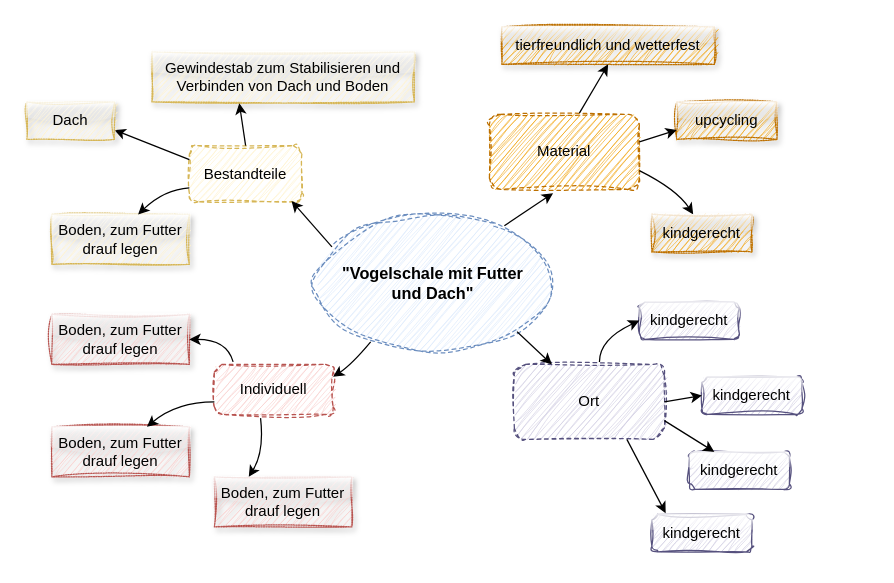
Above: Unbenanntes Diagramm.drawio in kinteron/kinteron (draw.io), before the change. Source tidied: cells renumbered, new cells numbered last; positions are measured from the earlier drawing's top-left corner, leaving out a move shared by most shapes. Both pictures are drawn from the tidied source at 125%, with x=0, y=0 at pixel (26, 26).
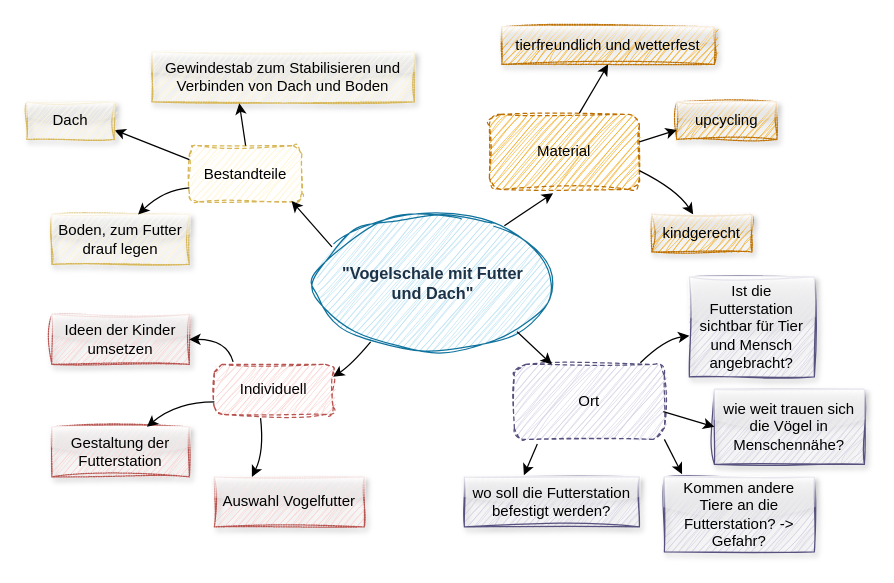
The same diagram, later.

Commit message:
mindmap vogelschale updated

Unchanged cells that the change refers to:
```xml
<mxCell id="13" value="Ort" style="rounded=1;whiteSpace=wrap;html=1;fillColor=#d0cee2;strokeColor=#56517e;dashed=1;strokeWidth=1;sketch=1;curveFitting=1;jiggle=2;shadow=0;" parent="1" vertex="1">
  <mxGeometry x="390" y="270" width="120" height="60" as="geometry" />
</mxCell>
```

Change to the diagram source:
```diff
@@
-    <mxCell id="2" value="&lt;b&gt;&lt;font style=&quot;font-size: 13px;&quot;&gt;&quot;Vogelschale mit Futter&lt;br&gt;und Dach&quot;&lt;/font&gt;&lt;/b&gt;" style="ellipse;whiteSpace=wrap;html=1;fillColor=#dae8fc;strokeColor=#6c8ebf;dashed=1;strokeWidth=1;sketch=1;curveFitting=1;jiggle=2;shadow=0;" parent="1" vertex="1">
+    <mxCell id="2" value="&lt;b&gt;&lt;font color=&quot;#1d3247&quot; style=&quot;font-size: 13px;&quot;&gt;&quot;Vogelschale mit Futter&lt;br&gt;und Dach&quot;&lt;/font&gt;&lt;/b&gt;" style="ellipse;whiteSpace=wrap;html=1;fillColor=#b1ddf0;strokeColor=#10739e;strokeWidth=1;shadow=0;sketch=1;curveFitting=1;jiggle=2;" parent="1" vertex="1">
       <mxGeometry x="230" y="150" width="190" height="110" as="geometry" />
     </mxCell>
@@
-    <mxCell id="23" value="Boden, zum Futter drauf legen" style="rounded=0;whiteSpace=wrap;html=1;fillColor=#F8CECC;strokeColor=#B85450;glass=1;sketch=1;curveFitting=1;jiggle=2;shadow=1;dashed=1;dashPattern=1 1;" parent="1" vertex="1">
+    <mxCell id="23" value="Gestaltung der Futterstation" style="rounded=0;whiteSpace=wrap;html=1;fillColor=#F8CECC;strokeColor=#B85450;glass=1;sketch=1;curveFitting=1;jiggle=2;shadow=1;dashed=1;dashPattern=1 1;" parent="1" vertex="1">
       <mxGeometry x="20" y="320" width="110" height="40" as="geometry" />
     </mxCell>
-    <mxCell id="24" value="Boden, zum Futter drauf legen" style="rounded=0;whiteSpace=wrap;html=1;fillColor=#F8CECC;strokeColor=#B85450;glass=1;sketch=1;curveFitting=1;jiggle=2;shadow=1;dashed=1;dashPattern=1 1;" parent="1" vertex="1">
+    <mxCell id="24" value="Ideen der Kinder umsetzen" style="rounded=0;whiteSpace=wrap;html=1;fillColor=#F8CECC;strokeColor=#B85450;glass=1;sketch=1;curveFitting=1;jiggle=2;shadow=1;dashed=1;dashPattern=1 1;" parent="1" vertex="1">
       <mxGeometry x="20" y="230" width="110" height="40" as="geometry" />
     </mxCell>
-    <mxCell id="25" value="Boden, zum Futter drauf legen" style="rounded=0;whiteSpace=wrap;html=1;fillColor=#F8CECC;strokeColor=#B85450;glass=1;sketch=1;curveFitting=1;jiggle=2;shadow=1;dashed=1;dashPattern=1 1;" parent="1" vertex="1">
-      <mxGeometry x="150" y="360" width="110" height="40" as="geometry" />
+    <mxCell id="25" value="Auswahl Vogelfutter" style="rounded=0;whiteSpace=wrap;html=1;fillColor=#F8CECC;strokeColor=#B85450;glass=1;sketch=1;curveFitting=1;jiggle=2;shadow=1;dashed=1;dashPattern=1 1;" parent="1" vertex="1">
+      <mxGeometry x="150" y="360" width="120" height="40" as="geometry" />
     </mxCell>
-    <mxCell id="26" value="kindgerecht" style="rounded=1;whiteSpace=wrap;html=1;fillColor=#d0cee2;strokeColor=#56517e;strokeWidth=1;sketch=1;curveFitting=1;jiggle=2;shadow=0;glass=1;" parent="1" vertex="1">
-      <mxGeometry x="490" y="220" width="80" height="30" as="geometry" />
+    <mxCell id="26" value="wo soll die Futterstation befestigt werden?" style="rounded=0;whiteSpace=wrap;html=1;fillColor=#d0cee2;strokeColor=#56517e;strokeWidth=1;sketch=1;curveFitting=1;jiggle=2;shadow=1;glass=1;" parent="1" vertex="1">
+      <mxGeometry x="350" y="360" width="140" height="40" as="geometry" />
     </mxCell>
-    <mxCell id="27" value="kindgerecht" style="rounded=1;whiteSpace=wrap;html=1;fillColor=#d0cee2;strokeColor=#56517e;strokeWidth=1;sketch=1;curveFitting=1;jiggle=2;shadow=0;glass=1;" parent="1" vertex="1">
-      <mxGeometry x="540" y="280" width="80" height="30" as="geometry" />
+    <mxCell id="27" value="wie weit trauen sich die Vögel in Menschennähe?" style="rounded=0;whiteSpace=wrap;html=1;fillColor=#d0cee2;strokeColor=#56517e;strokeWidth=1;sketch=1;curveFitting=1;jiggle=2;shadow=1;glass=1;" parent="1" vertex="1">
+      <mxGeometry x="550" y="290" width="120" height="60" as="geometry" />
     </mxCell>
-    <mxCell id="28" value="kindgerecht" style="rounded=1;whiteSpace=wrap;html=1;fillColor=#d0cee2;strokeColor=#56517e;strokeWidth=1;sketch=1;curveFitting=1;jiggle=2;shadow=0;glass=1;" parent="1" vertex="1">
-      <mxGeometry x="530" y="340" width="80" height="30" as="geometry" />
+    <mxCell id="28" value="Kommen andere Tiere an die Futterstation? -&amp;gt; Gefahr?" style="rounded=0;whiteSpace=wrap;html=1;fillColor=#d0cee2;strokeColor=#56517e;strokeWidth=1;sketch=1;curveFitting=1;jiggle=2;shadow=1;glass=1;" parent="1" vertex="1">
+      <mxGeometry x="510" y="360" width="120" height="60" as="geometry" />
     </mxCell>
-    <mxCell id="29" value="kindgerecht" style="rounded=1;whiteSpace=wrap;html=1;fillColor=#d0cee2;strokeColor=#56517e;strokeWidth=1;sketch=1;curveFitting=1;jiggle=2;shadow=0;glass=1;" parent="1" vertex="1">
-      <mxGeometry x="500" y="390" width="80" height="30" as="geometry" />
+    <mxCell id="29" value="Ist die Futterstation sichtbar für Tier und Mensch angebracht?" style="rounded=0;whiteSpace=wrap;html=1;fillColor=#d0cee2;strokeColor=#56517e;strokeWidth=1;sketch=1;curveFitting=1;jiggle=2;shadow=1;glass=1;" parent="1" vertex="1">
+      <mxGeometry x="530" y="200" width="100" height="80" as="geometry" />
     </mxCell>
-    <mxCell id="30" style="curved=1;endArrow=classic;html=1;rounded=0;exitX=0.567;exitY=-0.033;exitDx=0;exitDy=0;entryX=0;entryY=0.5;entryDx=0;entryDy=0;exitPerimeter=0;" parent="1" edge="1" source="13" target="26">
-      <mxGeometry relative="1" as="geometry">
-        <Array as="points">
-          <mxPoint x="458" y="250" />
-        </Array>
-      </mxGeometry>
+    <mxCell id="30" style="curved=1;endArrow=classic;html=1;rounded=0;exitX=0.153;exitY=1.061;exitDx=0;exitDy=0;entryX=0.34;entryY=-0.033;entryDx=0;entryDy=0;exitPerimeter=0;entryPerimeter=0;" parent="1" edge="1" source="13" target="26">
+      <mxGeometry relative="1" as="geometry" />
     </mxCell>
-    <mxCell id="31" style="curved=1;endArrow=classic;html=1;rounded=0;exitX=1;exitY=0.5;exitDx=0;exitDy=0;entryX=0;entryY=0.5;entryDx=0;entryDy=0;" parent="1" edge="1" source="13" target="27">
+    <mxCell id="31" style="curved=1;endArrow=classic;html=1;rounded=0;exitX=0.993;exitY=0.631;exitDx=0;exitDy=0;entryX=0;entryY=0.5;entryDx=0;entryDy=0;exitPerimeter=0;" parent="1" edge="1" source="13" target="27">
       <mxGeometry relative="1" as="geometry" />
     </mxCell>
-    <mxCell id="32" style="curved=1;endArrow=classic;html=1;rounded=0;exitX=1;exitY=0.75;exitDx=0;exitDy=0;entryX=0.25;entryY=0;entryDx=0;entryDy=0;" parent="1" edge="1" source="13" target="28">
+    <mxCell id="32" style="curved=1;endArrow=classic;html=1;rounded=0;exitX=1;exitY=1;exitDx=0;exitDy=0;entryX=0.118;entryY=-0.036;entryDx=0;entryDy=0;entryPerimeter=0;" parent="1" edge="1" source="13" target="28">
       <mxGeometry relative="1" as="geometry" />
     </mxCell>
-    <mxCell id="33" style="curved=1;endArrow=classic;html=1;rounded=0;exitX=0.75;exitY=1;exitDx=0;exitDy=0;entryX=0.138;entryY=-0.033;entryDx=0;entryDy=0;entryPerimeter=0;" parent="1" edge="1" source="13" target="29">
-      <mxGeometry relative="1" as="geometry" />
+    <mxCell id="33" style="curved=1;endArrow=classic;html=1;rounded=0;exitX=0.84;exitY=-0.022;exitDx=0;exitDy=0;entryX=0;entryY=0.588;entryDx=0;entryDy=0;entryPerimeter=0;exitPerimeter=0;" parent="1" edge="1" source="13" target="29">
+      <mxGeometry relative="1" as="geometry">
+        <Array as="points">
+          <mxPoint x="510" y="250" />
+        </Array>
+      </mxGeometry>
     </mxCell>
```
